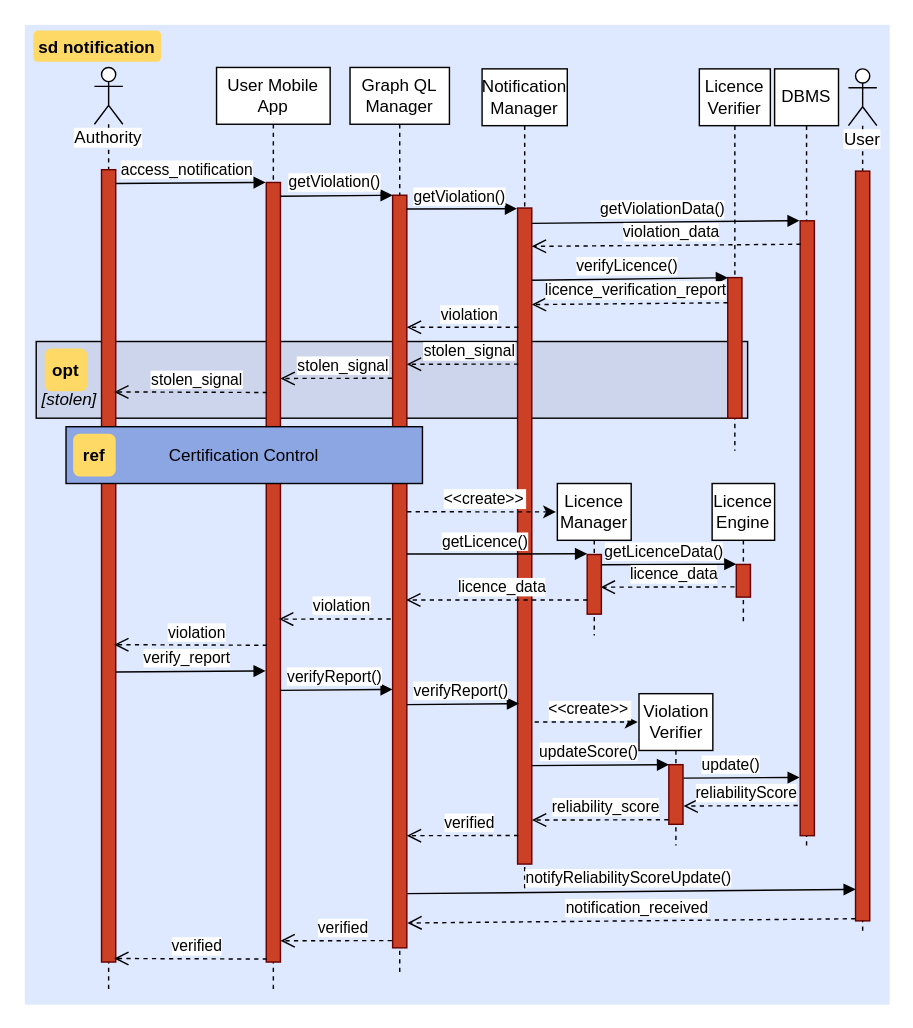
Earlier version of the draw.io diagram page "notification access" (6 of 7) of DD/sequence diagrams.drawio (comidan/SafeStreets). Source tidied: cells renumbered, new cells numbered last; positions are measured from the earlier drawing's top-left corner, leaving out a move shared by most shapes. Both pictures are drawn from the tidied source at 142%, with x=0, y=0 at pixel (24, 24).
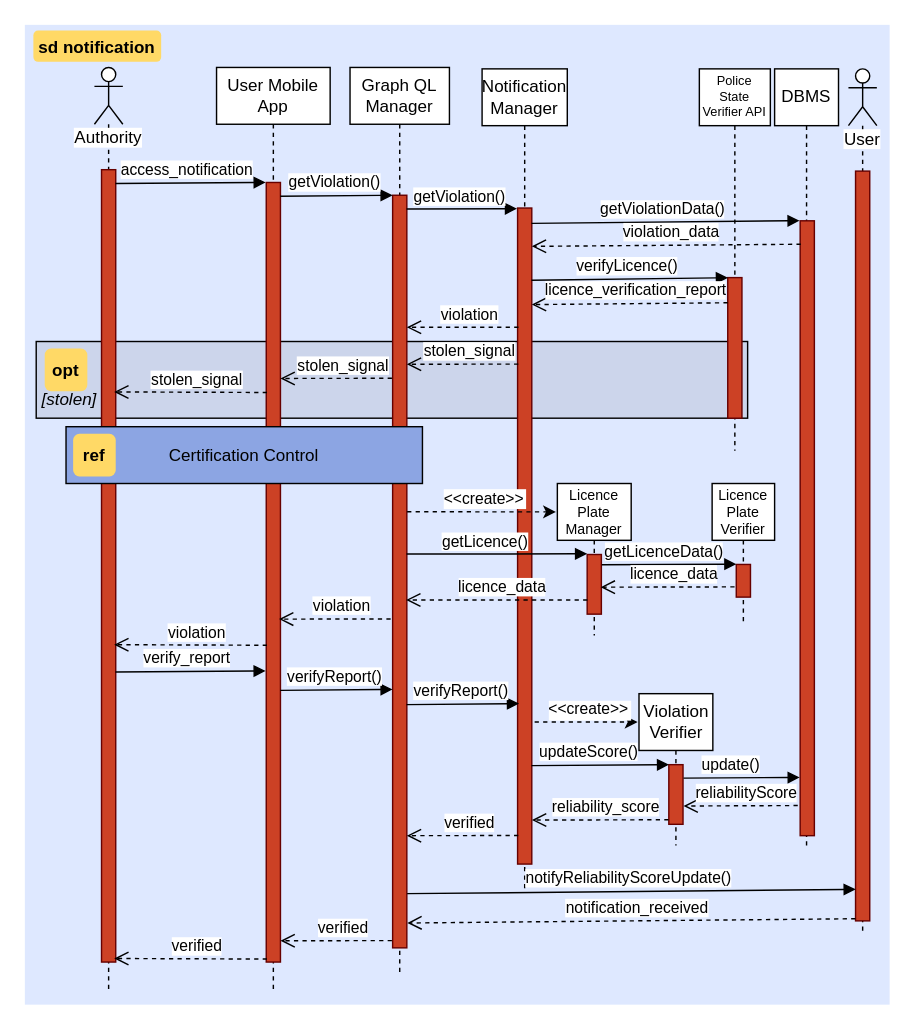
The same diagram, later.

Change to the diagram source:
```diff
@@
-    <mxCell id="22" value="Licence Manager" style="shape=umlLifeline;perimeter=lifelinePerimeter;whiteSpace=wrap;html=1;outlineConnect=0;" parent="1" vertex="1">
+    <mxCell id="22" value="Licence Plate Manager" style="shape=umlLifeline;perimeter=lifelinePerimeter;whiteSpace=wrap;html=1;outlineConnect=0;fontSize=10;" parent="1" vertex="1">
       <mxGeometry x="375" y="323" width="52" height="107" as="geometry" />
     </mxCell>
@@
-    <mxCell id="26" value="Licence Verifier" style="shape=umlLifeline;perimeter=lifelinePerimeter;whiteSpace=wrap;html=1;" parent="1" vertex="1">
+    <mxCell id="26" value="Police State Verifier API" style="shape=umlLifeline;perimeter=lifelinePerimeter;whiteSpace=wrap;html=1;fontSize=9;" parent="1" vertex="1">
       <mxGeometry x="475" y="31" width="50" height="269" as="geometry" />
     </mxCell>
@@
-    <mxCell id="35" value="Licence Engine" style="shape=umlLifeline;perimeter=lifelinePerimeter;whiteSpace=wrap;html=1;" parent="1" vertex="1">
+    <mxCell id="35" value="Licence Plate Verifier" style="shape=umlLifeline;perimeter=lifelinePerimeter;whiteSpace=wrap;html=1;fontSize=10;" parent="1" vertex="1">
       <mxGeometry x="484" y="323" width="44" height="97" as="geometry" />
     </mxCell>
```
